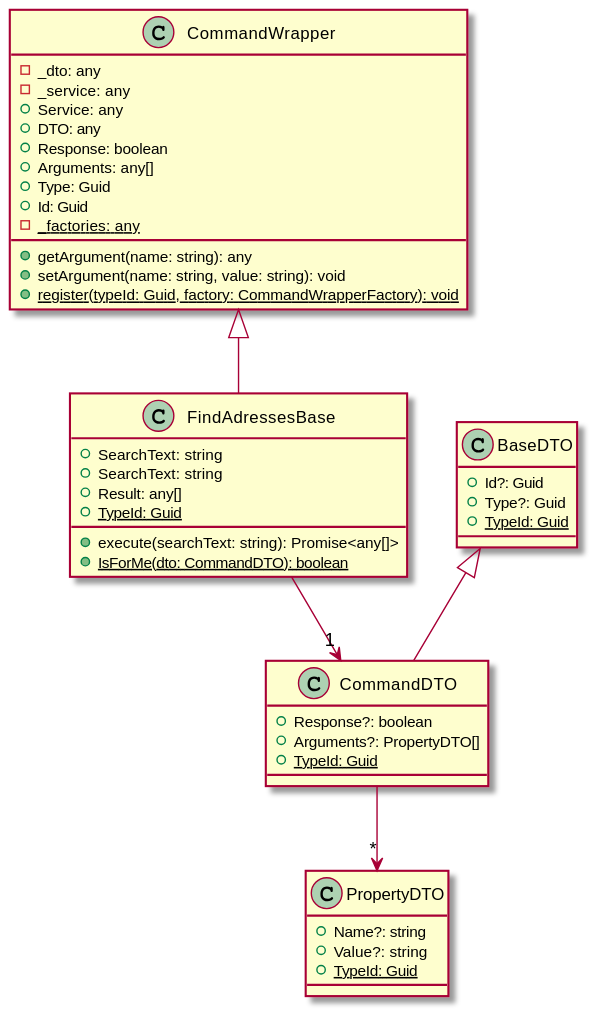
Earlier version of the PlantUML export wEBcMD/Doc/Types/ts/FindAdresses.svg (kokolorix/wEBcMD).
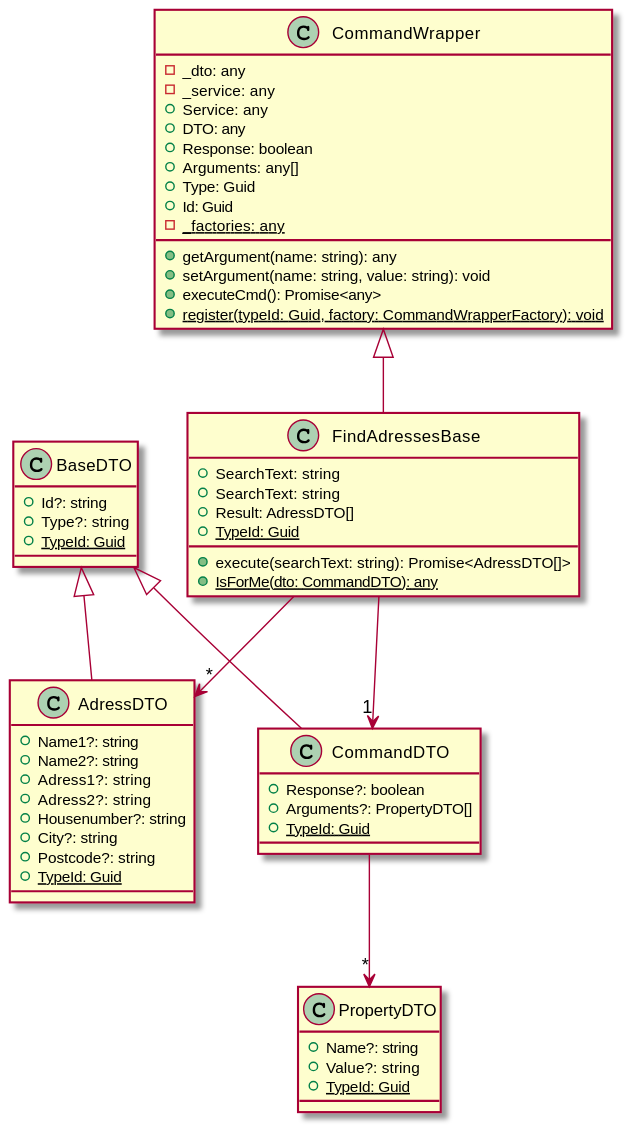
Later version of the same file.

The edit, as a diff of the source:
```diff
@@ -1,4 +1,19 @@
 @startuml
+class BaseDTO {
+    +Id?: string
+    +Type?: string
+    +{static} TypeId: Guid
+}
+class AdressDTO extends BaseDTO {
+    +Name1?: string
+    +Name2?: string
+    +Adress1?: string
+    +Adress2?: string
+    +Housenumber?: string
+    +City?: string
+    +Postcode?: string
+    +{static} TypeId: Guid
+}
 class CommandWrapper {
     -_dto: any
     -_service: any
@@ -10,17 +25,13 @@
     +Id: Guid
     +getArgument(name: string): any
     +setArgument(name: string, value: string): void
+    +executeCmd(): Promise<any>
     -{static} _factories: any
     +{static} register(typeId: Guid, factory: CommandWrapperFactory): void
 }
 class PropertyDTO {
     +Name?: string
     +Value?: string
-    +{static} TypeId: Guid
-}
-class BaseDTO {
-    +Id?: Guid
-    +Type?: Guid
     +{static} TypeId: Guid
 }
 class CommandDTO extends BaseDTO {
@@ -31,11 +42,12 @@
 class FindAdressesBase extends CommandWrapper {
     +SearchText: string
     +SearchText: string
-    +Result: any[]
-    +execute(searchText: string): Promise<any[]>
+    +Result: AdressDTO[]
+    +execute(searchText: string): Promise<AdressDTO[]>
     +{static} TypeId: Guid
-    +{static} IsForMe(dto: CommandDTO): boolean
+    +{static} IsForMe(dto: CommandDTO): any
 }
 CommandDTO --> "*" PropertyDTO
+FindAdressesBase --> "*" AdressDTO
 FindAdressesBase --> "1" CommandDTO
 @enduml
```
